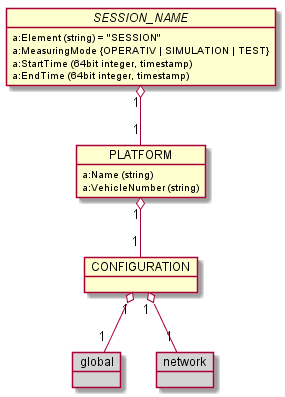
This is images/generated/RCM_DX_Platform_overview.png from OpenRailAssociation/rcm-dx, a PlantUML export, as it was before one commit.
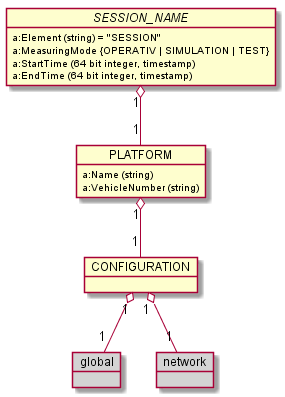
After the change.

Diff of the diagram source:
```diff
@@ -3,8 +3,8 @@
   object "//SESSION_NAME//" as session_name {
     a:Element (string) = "SESSION"
     a:MeasuringMode {OPERATIV | SIMULATION | TEST}
-    a:StartTime (64bit integer, timestamp)
-    a:EndTime (64bit integer, timestamp)
+    a:StartTime (64 bit integer, timestamp)
+    a:EndTime (64 bit integer, timestamp)
   }
 
   object PLATFORM {
```
